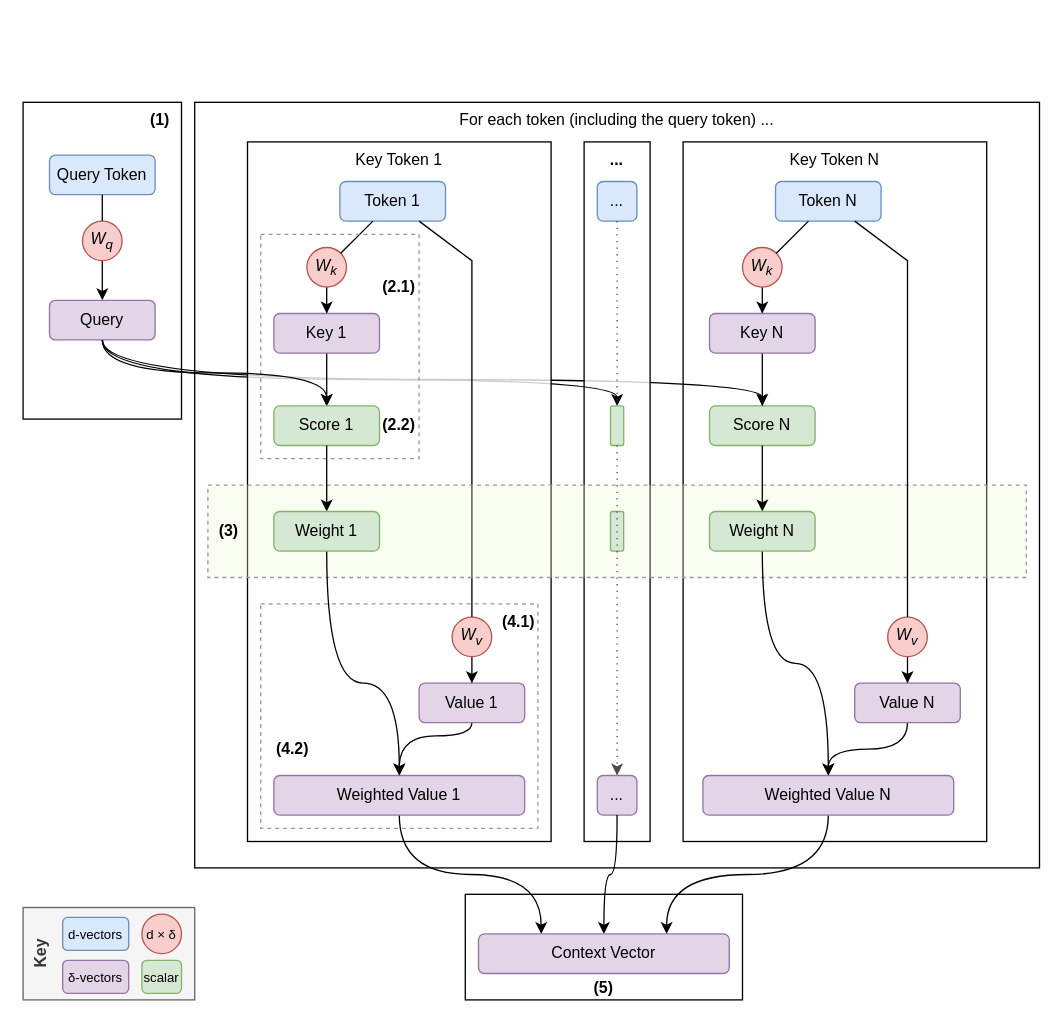
Before: book/images/attention/overview.drawio in yshavit/llm-notes, a draw.io diagram. Source tidied: cells renumbered, new cells numbered last; positions are measured from the earlier drawing's top-left corner, leaving out a move shared by most shapes. Both pictures are drawn from the tidied source at 132%, with x=0, y=0 at pixel (22, 102).
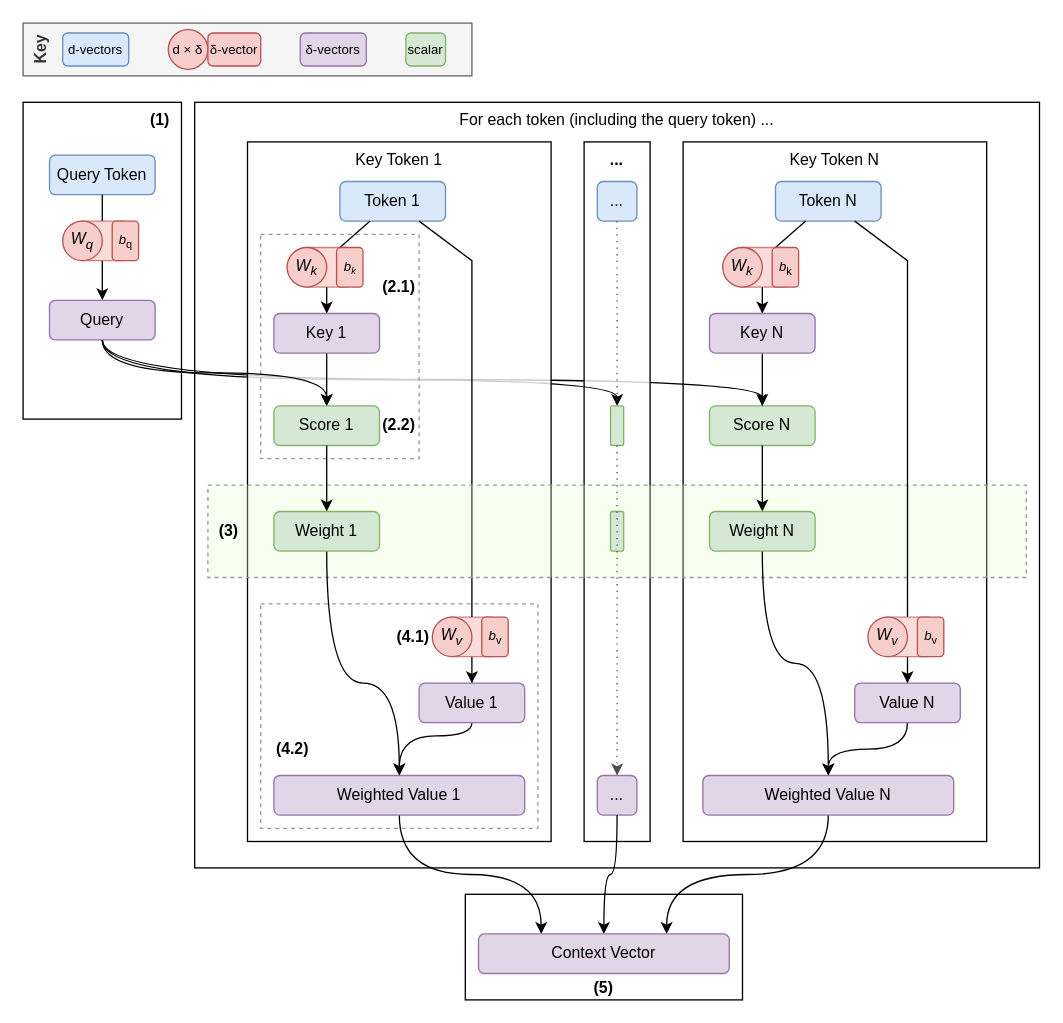
The same diagram, later.

Unchanged cells that the change refers to:
```xml
<mxCell id="4" value="Query Token" style="rounded=1;whiteSpace=wrap;html=1;fillColor=#dae8fc;strokeColor=#6c8ebf;" parent="1" vertex="1">
  <mxGeometry x="20" y="40" width="80" height="30" as="geometry" />
</mxCell>
<mxCell id="5" value="Query" style="rounded=1;whiteSpace=wrap;html=1;fillColor=#e1d5e7;strokeColor=#9673a6;" parent="1" vertex="1">
  <mxGeometry x="20" y="150" width="80" height="30" as="geometry" />
</mxCell>
<mxCell id="12" value="Token N" style="rounded=1;whiteSpace=wrap;html=1;fillColor=#dae8fc;strokeColor=#6c8ebf;" parent="1" vertex="1">
  <mxGeometry x="570" y="60" width="80" height="30" as="geometry" />
</mxCell>
<mxCell id="15" value="&lt;span&gt;Key N&lt;/span&gt;" style="rounded=1;whiteSpace=wrap;html=1;fillColor=#e1d5e7;strokeColor=#9673a6;fontStyle=0;" parent="1" vertex="1">
  <mxGeometry x="520" y="160" width="80" height="30" as="geometry" />
</mxCell>
<mxCell id="20" value="&lt;span&gt;Value N&lt;/span&gt;" style="rounded=1;whiteSpace=wrap;html=1;fillColor=#e1d5e7;strokeColor=#9673a6;fontStyle=0;" parent="1" vertex="1">
  <mxGeometry x="630" y="440" width="80" height="30" as="geometry" />
</mxCell>
<mxCell id="32" value="Token 1" style="rounded=1;whiteSpace=wrap;html=1;fillColor=#dae8fc;strokeColor=#6c8ebf;" parent="1" vertex="1">
  <mxGeometry x="240" y="60" width="80" height="30" as="geometry" />
</mxCell>
<mxCell id="42" value="&lt;span&gt;Key 1&lt;/span&gt;" style="rounded=1;whiteSpace=wrap;html=1;fillColor=#e1d5e7;strokeColor=#9673a6;fontStyle=0;" parent="1" vertex="1">
  <mxGeometry x="190" y="160" width="80" height="30" as="geometry" />
</mxCell>
<mxCell id="55" value="&lt;span&gt;Value 1&lt;/span&gt;" style="rounded=1;whiteSpace=wrap;html=1;fillColor=#e1d5e7;strokeColor=#9673a6;fontStyle=0;" parent="1" vertex="1">
  <mxGeometry x="300" y="440" width="80" height="30" as="geometry" />
</mxCell>
```

Diff of the diagram source:
```diff
@@
-    <mxCell id="3" style="edgeStyle=orthogonalEdgeStyle;rounded=0;jettySize=auto;html=1;" parent="1" edge="1" source="7" target="5">
+    <mxCell id="3" style="edgeStyle=orthogonalEdgeStyle;rounded=0;jettySize=auto;html=1;exitX=0.5;exitY=1;exitDx=0;exitDy=0;" parent="1" edge="1" source="73" target="5">
       <mxGeometry relative="1" as="geometry" />
     </mxCell>
@@
-    <mxCell id="7" value="W&lt;sub&gt;q&lt;/sub&gt;" style="ellipse;whiteSpace=wrap;html=1;fontStyle=2;fillColor=#f8cecc;strokeColor=#b85450;" parent="1" vertex="1">
-      <mxGeometry x="45" y="90" width="30" height="30" as="geometry" />
-    </mxCell>
-    <mxCell id="8" style="endArrow=none;html=1;rounded=0;" parent="1" edge="1" source="7" target="4">
+    <mxCell id="8" style="endArrow=none;html=1;rounded=0;exitX=0.5;exitY=0;exitDx=0;exitDy=0;" parent="1" edge="1" source="73" target="4">
       <mxGeometry relative="1" as="geometry" />
     </mxCell>
@@
-    <mxCell id="11" style="edgeStyle=orthogonalEdgeStyle;rounded=0;jettySize=auto;html=1;" parent="1" edge="1" source="16" target="15">
+    <mxCell id="11" style="edgeStyle=orthogonalEdgeStyle;rounded=0;jettySize=auto;html=1;exitX=0.5;exitY=1;exitDx=0;exitDy=0;" parent="1" edge="1" source="77" target="15">
       <mxGeometry relative="1" as="geometry" />
     </mxCell>
@@
-    <mxCell id="16" value="W&lt;sub&gt;k&lt;/sub&gt;" style="ellipse;whiteSpace=wrap;html=1;fontStyle=2;fillColor=#f8cecc;strokeColor=#b85450;" parent="1" vertex="1">
-      <mxGeometry x="545" y="110" width="30" height="30" as="geometry" />
-    </mxCell>
-    <mxCell id="17" style="endArrow=none;html=1;rounded=0;" parent="1" edge="1" source="16" target="12">
-      <mxGeometry relative="1" as="geometry" />
-    </mxCell>
-    <mxCell id="18" style="edgeStyle=orthogonalEdgeStyle;rounded=0;jettySize=auto;html=1;" parent="1" edge="1" source="21" target="20">
+    <mxCell id="18" style="edgeStyle=orthogonalEdgeStyle;rounded=0;jettySize=auto;html=1;exitX=0.5;exitY=1;exitDx=0;exitDy=0;" parent="1" edge="1" source="80" target="20">
       <mxGeometry relative="1" as="geometry" />
     </mxCell>
@@
-    <mxCell id="21" value="W&lt;sub&gt;v&lt;/sub&gt;" style="ellipse;whiteSpace=wrap;html=1;fontStyle=2;fillColor=#f8cecc;strokeColor=#b85450;" parent="1" vertex="1">
-      <mxGeometry x="655" y="390" width="30" height="30" as="geometry" />
-    </mxCell>
@@
-    <mxCell id="31" style="edgeStyle=orthogonalEdgeStyle;rounded=0;jettySize=auto;html=1;" parent="1" edge="1" source="34" target="42">
+    <mxCell id="31" style="edgeStyle=orthogonalEdgeStyle;rounded=0;jettySize=auto;html=1;exitX=0.5;exitY=1;exitDx=0;exitDy=0;" parent="1" edge="1" source="75" target="42">
       <mxGeometry relative="1" as="geometry" />
     </mxCell>
@@
-    <mxCell id="34" value="W&lt;sub&gt;k&lt;/sub&gt;" style="ellipse;whiteSpace=wrap;html=1;fontStyle=2;fillColor=#f8cecc;strokeColor=#b85450;" parent="1" vertex="1">
-      <mxGeometry x="215" y="110" width="30" height="30" as="geometry" />
-    </mxCell>
-    <mxCell id="35" style="endArrow=none;html=1;rounded=0;" parent="1" edge="1" source="34" target="32">
-      <mxGeometry relative="1" as="geometry" />
-    </mxCell>
-    <mxCell id="36" style="edgeStyle=orthogonalEdgeStyle;rounded=0;jettySize=auto;html=1;" parent="1" edge="1" source="38" target="55">
+    <mxCell id="36" style="edgeStyle=orthogonalEdgeStyle;rounded=0;jettySize=auto;html=1;exitX=0.5;exitY=1;exitDx=0;exitDy=0;" parent="1" edge="1" source="79" target="55">
       <mxGeometry relative="1" as="geometry" />
     </mxCell>
@@
-    <mxCell id="38" value="W&lt;sub&gt;v&lt;/sub&gt;" style="ellipse;whiteSpace=wrap;html=1;fontStyle=2;fillColor=#f8cecc;strokeColor=#b85450;" parent="1" vertex="1">
-      <mxGeometry x="325" y="390" width="30" height="30" as="geometry" />
-    </mxCell>
-    <mxCell id="39" style="endArrow=none;html=1;rounded=0;" parent="1" edge="1" source="38" target="32">
+    <mxCell id="39" style="endArrow=none;html=1;rounded=0;exitX=0.5;exitY=0;exitDx=0;exitDy=0;" parent="1" edge="1" source="79" target="32">
       <mxGeometry relative="1" as="geometry">
         <Array as="points">
           <mxPoint x="340" y="120" />
         </Array>
       </mxGeometry>
     </mxCell>
@@
-    <mxCell id="41" value="(4.1)" style="rounded=0;whiteSpace=wrap;html=1;fillColor=none;strokeColor=#999999;dashed=1;align=right;verticalAlign=top;fontStyle=1;" parent="1" vertex="1">
+    <mxCell id="41" style="rounded=0;whiteSpace=wrap;html=1;fillColor=none;strokeColor=#999999;dashed=1;align=right;verticalAlign=top;fontStyle=1;" parent="1" vertex="1">
       <mxGeometry x="180" y="380" width="210" height="170" as="geometry" />
     </mxCell>
@@
     <mxCell id="44" value="Key" style="rounded=0;whiteSpace=wrap;html=1;fillColor=#f5f5f5;fontColor=#333333;strokeColor=#666666;horizontal=0;align=center;verticalAlign=top;fontStyle=1;" parent="1" vertex="1">
-      <mxGeometry y="610" width="130" height="70" as="geometry" />
+      <mxGeometry y="-60" width="340" height="40" as="geometry" />
     </mxCell>
     <mxCell id="45" value="d-vectors" style="rounded=1;whiteSpace=wrap;html=1;fillColor=#dae8fc;strokeColor=#6c8ebf;fontSize=10;" parent="1" vertex="1">
-      <mxGeometry x="30" y="617.5" width="50" height="25" as="geometry" />
+      <mxGeometry x="30" y="-52.5" width="50" height="25" as="geometry" />
     </mxCell>
     <mxCell id="46" value="&lt;span&gt;δ&lt;/span&gt;-vectors" style="rounded=1;whiteSpace=wrap;html=1;fillColor=#e1d5e7;strokeColor=#9673a6;fontSize=10;" parent="1" vertex="1">
-      <mxGeometry x="30" y="650" width="50" height="25" as="geometry" />
+      <mxGeometry x="210" y="-52.5" width="50" height="25" as="geometry" />
     </mxCell>
     <mxCell id="47" value="&lt;span style=&quot;font-style: normal;&quot;&gt;d ×&amp;nbsp;δ&lt;/span&gt;" style="ellipse;whiteSpace=wrap;html=1;fontStyle=2;fillColor=#f8cecc;strokeColor=#b85450;fontSize=10;" parent="1" vertex="1">
-      <mxGeometry x="90" y="615" width="30" height="30" as="geometry" />
+      <mxGeometry x="110" y="-55" width="30" height="30" as="geometry" />
     </mxCell>
     <mxCell id="48" value="scalar" style="rounded=1;whiteSpace=wrap;html=1;fillColor=#d5e8d4;strokeColor=#82b366;fontSize=10;" parent="1" vertex="1">
-      <mxGeometry x="90" y="650" width="30" height="25" as="geometry" />
+      <mxGeometry x="290" y="-52.5" width="30" height="25" as="geometry" />
     </mxCell>
@@
-    <mxCell id="63" style="endArrow=none;html=1;rounded=0;" parent="1" edge="1" source="21" target="12">
+    <mxCell id="63" style="endArrow=none;html=1;rounded=0;exitX=0.5;exitY=0;exitDx=0;exitDy=0;" parent="1" edge="1" source="80" target="12">
       <mxGeometry relative="1" as="geometry">
         <Array as="points">
           <mxPoint x="670" y="120" />
         </Array>
       </mxGeometry>
     </mxCell>
@@
+    <mxCell id="71" value="&lt;span&gt;δ&lt;/span&gt;-vector" style="rounded=1;whiteSpace=wrap;html=1;fillColor=#f8cecc;strokeColor=#b85450;fontSize=10;" parent="1" vertex="1">
+      <mxGeometry x="140" y="-52.5" width="40" height="25" as="geometry" />
+    </mxCell>
+    <mxCell id="35" style="endArrow=none;html=1;rounded=0;exitX=0.75;exitY=0;exitDx=0;exitDy=0;" parent="1" edge="1" source="75" target="32">
+      <mxGeometry relative="1" as="geometry" />
+    </mxCell>
+    <mxCell id="72" value="(4.1)" style="text;html=1;whiteSpace=wrap;strokeColor=none;fillColor=none;align=right;verticalAlign=middle;rounded=0;fontStyle=1;" parent="1" vertex="1">
+      <mxGeometry x="280" y="395" width="30" height="20" as="geometry" />
+    </mxCell>
+    <mxCell id="17" style="endArrow=none;html=1;rounded=0;exitX=0.75;exitY=0;exitDx=0;exitDy=0;" parent="1" edge="1" source="77" target="12">
+      <mxGeometry relative="1" as="geometry" />
+    </mxCell>
+    <mxCell id="73" style="rounded=1;whiteSpace=wrap;html=1;fillColor=#f8cecc;strokeColor=#b85450;opacity=70;" parent="1" vertex="1">
+      <mxGeometry x="40" y="90" width="40" height="30" as="geometry" />
+    </mxCell>
+    <mxCell id="7" value="W&lt;sub&gt;q&lt;/sub&gt;" style="ellipse;whiteSpace=wrap;html=1;fontStyle=2;fillColor=#f8cecc;strokeColor=#b85450;" parent="1" vertex="1">
+      <mxGeometry x="30" y="90" width="30" height="30" as="geometry" />
+    </mxCell>
+    <mxCell id="74" value="&lt;i&gt;b&lt;/i&gt;&lt;sub&gt;q&lt;/sub&gt;" style="rounded=1;whiteSpace=wrap;html=1;fillColor=#f8cecc;strokeColor=#b85450;fontSize=10;" parent="1" vertex="1">
+      <mxGeometry x="67.5" y="90" width="20" height="30" as="geometry" />
+    </mxCell>
+    <mxCell id="75" style="rounded=1;whiteSpace=wrap;html=1;fillColor=#f8cecc;strokeColor=#b85450;opacity=70;" parent="1" vertex="1">
+      <mxGeometry x="210" y="110" width="40" height="30" as="geometry" />
+    </mxCell>
+    <mxCell id="34" value="W&lt;sub&gt;k&lt;/sub&gt;" style="ellipse;whiteSpace=wrap;html=1;fontStyle=2;fillColor=#f8cecc;strokeColor=#b85450;" parent="1" vertex="1">
+      <mxGeometry x="200" y="110" width="30" height="30" as="geometry" />
+    </mxCell>
+    <mxCell id="76" value="&lt;i&gt;b&lt;span style=&quot;font-size: 8.33333px;&quot;&gt;&lt;sub&gt;k&lt;/sub&gt;&lt;/span&gt;&lt;/i&gt;" style="rounded=1;whiteSpace=wrap;html=1;fillColor=#f8cecc;strokeColor=#b85450;fontSize=10;" parent="1" vertex="1">
+      <mxGeometry x="237.5" y="110" width="20" height="30" as="geometry" />
+    </mxCell>
+    <mxCell id="77" style="rounded=1;whiteSpace=wrap;html=1;fillColor=#f8cecc;strokeColor=#b85450;opacity=70;" parent="1" vertex="1">
+      <mxGeometry x="540" y="110" width="40" height="30" as="geometry" />
+    </mxCell>
+    <mxCell id="16" value="W&lt;sub&gt;k&lt;/sub&gt;" style="ellipse;whiteSpace=wrap;html=1;fontStyle=2;fillColor=#f8cecc;strokeColor=#b85450;" parent="1" vertex="1">
+      <mxGeometry x="530" y="110" width="30" height="30" as="geometry" />
+    </mxCell>
+    <mxCell id="78" value="&lt;i&gt;b&lt;/i&gt;&lt;sub&gt;k&lt;/sub&gt;" style="rounded=1;whiteSpace=wrap;html=1;fillColor=#f8cecc;strokeColor=#b85450;fontSize=10;" parent="1" vertex="1">
+      <mxGeometry x="567.5" y="110" width="20" height="30" as="geometry" />
+    </mxCell>
+    <mxCell id="79" style="rounded=1;whiteSpace=wrap;html=1;fillColor=#f8cecc;strokeColor=#b85450;opacity=70;" parent="1" vertex="1">
+      <mxGeometry x="320" y="390" width="40" height="30" as="geometry" />
+    </mxCell>
+    <mxCell id="38" value="W&lt;sub&gt;v&lt;/sub&gt;" style="ellipse;whiteSpace=wrap;html=1;fontStyle=2;fillColor=#f8cecc;strokeColor=#b85450;" parent="1" vertex="1">
+      <mxGeometry x="310" y="390" width="30" height="30" as="geometry" />
+    </mxCell>
+    <mxCell id="80" style="rounded=1;whiteSpace=wrap;html=1;fillColor=#f8cecc;strokeColor=#b85450;opacity=70;" parent="1" vertex="1">
+      <mxGeometry x="650" y="390" width="40" height="30" as="geometry" />
+    </mxCell>
+    <mxCell id="81" value="&lt;i&gt;b&lt;/i&gt;&lt;sub&gt;v&lt;/sub&gt;" style="rounded=1;whiteSpace=wrap;html=1;fillColor=#f8cecc;strokeColor=#b85450;fontSize=10;" parent="1" vertex="1">
+      <mxGeometry x="677.5" y="390" width="20" height="30" as="geometry" />
+    </mxCell>
+    <mxCell id="21" value="W&lt;sub&gt;v&lt;/sub&gt;" style="ellipse;whiteSpace=wrap;html=1;fontStyle=2;fillColor=#f8cecc;strokeColor=#b85450;" parent="1" vertex="1">
+      <mxGeometry x="640" y="390" width="30" height="30" as="geometry" />
+    </mxCell>
+    <mxCell id="82" value="&lt;i&gt;b&lt;/i&gt;&lt;sub&gt;v&lt;/sub&gt;" style="rounded=1;whiteSpace=wrap;html=1;fillColor=#f8cecc;strokeColor=#b85450;fontSize=10;" parent="1" vertex="1">
+      <mxGeometry x="347.5" y="390" width="20" height="30" as="geometry" />
+    </mxCell>
```
